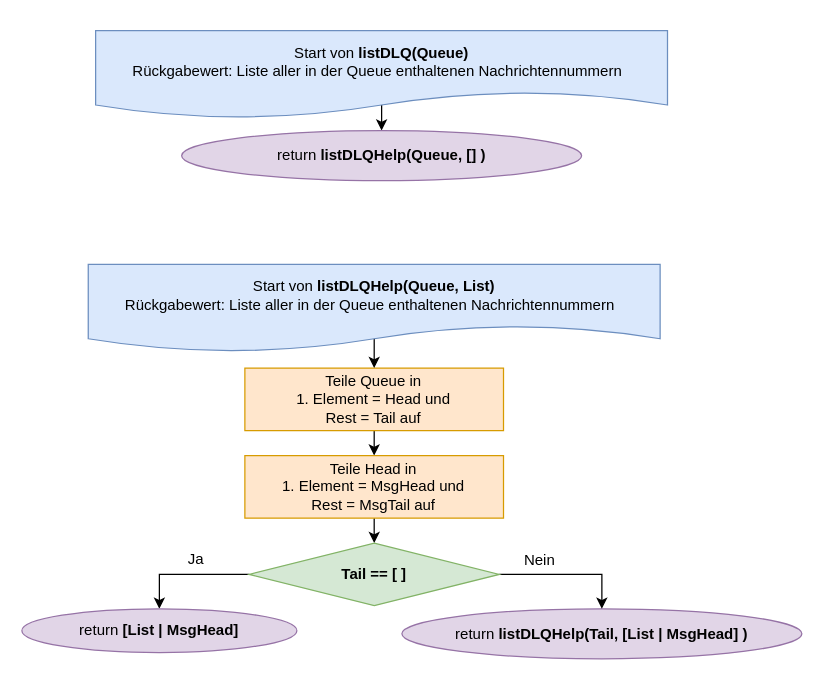
The draw.io diagram Grafiken:Bilder/draw.io/DLQ/6. listDLQ.drawio in krisschaaf/Hausarbeit_Erlang_Queues, before the edit. Source tidied: cells renumbered, new cells numbered last; positions are measured from the earlier drawing's top-left corner, leaving out a move shared by most shapes. Both pictures are drawn from the tidied source at 125%, with x=0, y=0 at pixel (21, 30).
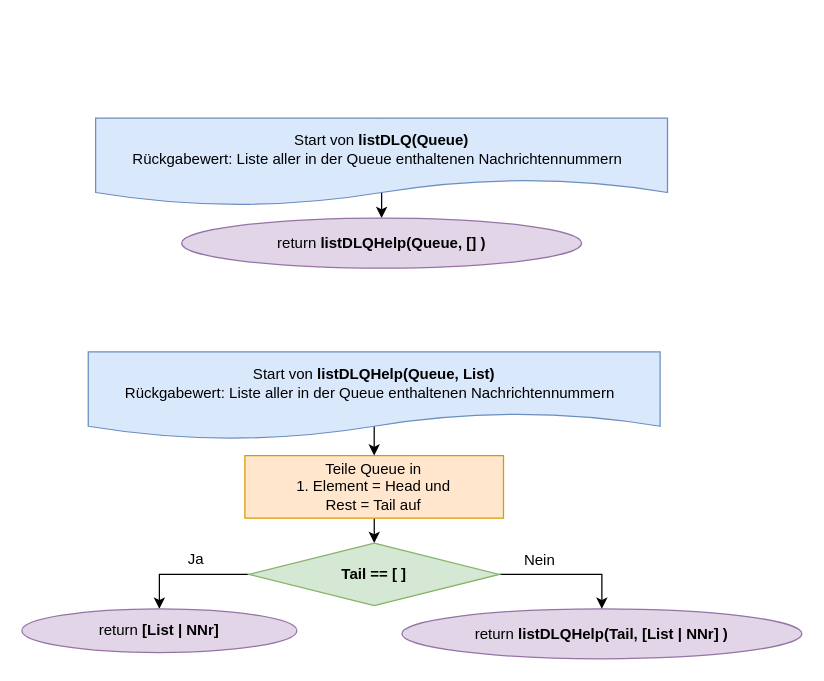
Above is the later version.

The change refers to these unchanged cells:
```xml
<mxCell id="8" value="Tail == [ ]" style="rhombus;whiteSpace=wrap;html=1;rounded=0;fillColor=#d5e8d4;strokeColor=#82b366;fontStyle=1;" parent="1" vertex="1">
  <mxGeometry x="181.9" y="410" width="200" height="50" as="geometry" />
</mxCell>
```

Change to the diagram source:
```diff
@@
     <mxCell id="2" style="edgeStyle=orthogonalEdgeStyle;rounded=0;jettySize=auto;html=1;exitX=0.5;exitY=0;exitDx=0;exitDy=0;entryX=0.5;entryY=0;entryDx=0;entryDy=0;" parent="1" edge="1" source="3" target="15">
       <mxGeometry relative="1" as="geometry">
         <Array as="points">
-          <mxPoint x="288" />
-          <mxPoint x="288" />
+          <mxPoint x="288" y="70" />
+          <mxPoint x="288" y="70" />
         </Array>
       </mxGeometry>
     </mxCell>
     <mxCell id="3" value="Start von &lt;b&gt;listDLQ(Queue)&lt;/b&gt;&lt;br&gt;Rückgabewert: Liste aller in der Queue enthaltenen Nachrichtennummern&amp;nbsp;&amp;nbsp;" style="shape=document;whiteSpace=wrap;html=1;boundedLbl=1;fillColor=#dae8fc;strokeColor=#6c8ebf;" parent="1" vertex="1">
-      <mxGeometry x="59" width="457.5" height="70" as="geometry" />
+      <mxGeometry x="59" y="70" width="457.5" height="70" as="geometry" />
     </mxCell>
-    <mxCell id="4" value="return &lt;b&gt;listDLQHelp(Tail, [List | MsgHead] )&lt;/b&gt;" style="ellipse;whiteSpace=wrap;html=1;rounded=0;fillColor=#e1d5e7;strokeColor=#9673a6;" parent="1" vertex="1">
+    <mxCell id="4" value="return &lt;b&gt;listDLQHelp(Tail, [List | NNr] )&lt;/b&gt;" style="ellipse;whiteSpace=wrap;html=1;rounded=0;fillColor=#e1d5e7;strokeColor=#9673a6;" parent="1" vertex="1">
       <mxGeometry x="304" y="462.5" width="320" height="40" as="geometry" />
     </mxCell>
-    <mxCell id="5" style="edgeStyle=orthogonalEdgeStyle;rounded=0;jettySize=auto;html=1;exitX=0.5;exitY=1;exitDx=0;exitDy=0;entryX=0.5;entryY=0;entryDx=0;entryDy=0;" parent="1" edge="1" source="12" target="8">
-      <mxGeometry relative="1" as="geometry" />
+    <mxCell id="5" style="edgeStyle=orthogonalEdgeStyle;rounded=0;jettySize=auto;html=1;exitX=0.5;exitY=1;exitDx=0;exitDy=0;entryX=0.5;entryY=0;entryDx=0;entryDy=0;" parent="1" edge="1" target="8">
+      <mxGeometry relative="1" as="geometry">
+        <mxPoint x="281.9" y="390" as="sourcePoint" />
+      </mxGeometry>
     </mxCell>
@@
-    <mxCell id="9" value="return &lt;b&gt;[List | MsgHead]&lt;/b&gt;" style="ellipse;whiteSpace=wrap;html=1;rounded=0;fillColor=#e1d5e7;strokeColor=#9673a6;" parent="1" vertex="1">
+    <mxCell id="9" value="return &lt;b&gt;[List | NNr]&lt;/b&gt;" style="ellipse;whiteSpace=wrap;html=1;rounded=0;fillColor=#e1d5e7;strokeColor=#9673a6;" parent="1" vertex="1">
       <mxGeometry y="462.5" width="220" height="35" as="geometry" />
     </mxCell>
-    <mxCell id="10" style="edgeStyle=orthogonalEdgeStyle;rounded=0;jettySize=auto;html=1;exitX=0.5;exitY=1;exitDx=0;exitDy=0;entryX=0.5;entryY=0;entryDx=0;entryDy=0;" parent="1" edge="1" source="11" target="12">
-      <mxGeometry relative="1" as="geometry" />
-    </mxCell>
     <mxCell id="11" value="Teile Queue in&lt;br&gt;1. Element = Head und&lt;br&gt;Rest = Tail auf" style="rounded=0;whiteSpace=wrap;html=1;fillColor=#ffe6cc;strokeColor=#d79b00;" parent="1" vertex="1">
-      <mxGeometry x="178.4" y="270" width="206.9" height="50" as="geometry" />
+      <mxGeometry x="178.4" y="340" width="206.9" height="50" as="geometry" />
     </mxCell>
-    <mxCell id="12" value="Teile Head in&lt;br&gt;1. Element = MsgHead und&lt;br&gt;Rest = MsgTail auf" style="rounded=0;whiteSpace=wrap;html=1;fillColor=#ffe6cc;strokeColor=#d79b00;" parent="1" vertex="1">
-      <mxGeometry x="178.4" y="340" width="206.9" height="50" as="geometry" />
-    </mxCell>
     <mxCell id="13" style="edgeStyle=orthogonalEdgeStyle;rounded=0;jettySize=auto;html=1;exitX=0.5;exitY=0;exitDx=0;exitDy=0;entryX=0.5;entryY=0;entryDx=0;entryDy=0;" parent="1" edge="1" source="14" target="11">
       <mxGeometry relative="1" as="geometry">
         <Array as="points">
-          <mxPoint x="282" y="210" />
-          <mxPoint x="282" y="210" />
+          <mxPoint x="282" y="280" />
+          <mxPoint x="282" y="280" />
         </Array>
       </mxGeometry>
     </mxCell>
     <mxCell id="14" value="Start von &lt;b&gt;listDLQHelp(Queue, List)&lt;/b&gt;&lt;br&gt;Rückgabewert: Liste aller in der Queue enthaltenen Nachrichtennummern&amp;nbsp;&amp;nbsp;" style="shape=document;whiteSpace=wrap;html=1;boundedLbl=1;fillColor=#dae8fc;strokeColor=#6c8ebf;" parent="1" vertex="1">
-      <mxGeometry x="53.1" y="187" width="457.5" height="70" as="geometry" />
+      <mxGeometry x="53.1" y="257" width="457.5" height="70" as="geometry" />
     </mxCell>
     <mxCell id="15" value="return&lt;b&gt; listDLQHelp(Queue, [] )&lt;/b&gt;" style="ellipse;whiteSpace=wrap;html=1;rounded=0;fillColor=#e1d5e7;strokeColor=#9673a6;" parent="1" vertex="1">
-      <mxGeometry x="127.8" y="80" width="320" height="40" as="geometry" />
+      <mxGeometry x="127.8" y="150" width="320" height="40" as="geometry" />
     </mxCell>
```
